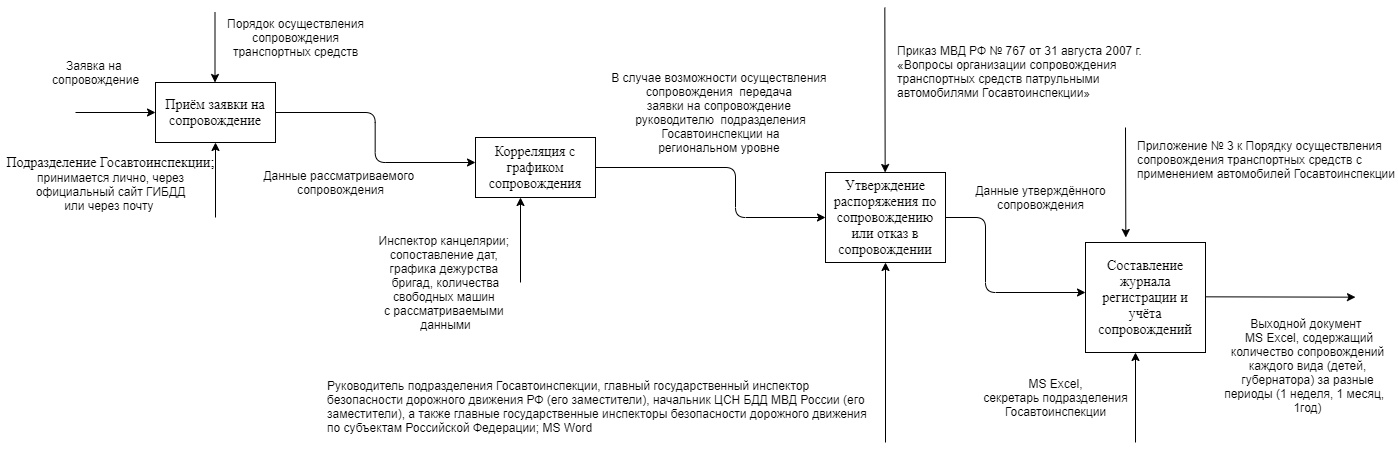
Anton80213/Project-diagrams keeps this draw.io diagram as Декомпозиция.png. Above is the earlier version. Source tidied: cells renumbered, new cells last; positions are measured from the earlier drawing's top-left corner, leaving out a move shared by most shapes. Its diagram source:
```xml
<mxGraphModel>
  <root>
    <mxCell id="0" />
    <mxCell id="1" parent="0" />
    <mxCell id="2" style="endArrow=classic;html=1;" parent="1" edge="1">
      <mxGeometry relative="1" as="geometry">
        <mxPoint x="75" y="105" as="sourcePoint" />
        <mxPoint x="155" y="105" as="targetPoint" />
      </mxGeometry>
    </mxCell>
    <mxCell id="3" value="&lt;font face=&quot;Times New Roman&quot;&gt;&lt;font style=&quot;vertical-align: inherit ; font-size: 14px&quot;&gt;Приём заявки на сопровождение&lt;/font&gt;&lt;/font&gt;" style="rounded=0;whiteSpace=wrap;html=1;" parent="1" vertex="1">
      <mxGeometry x="155" y="75" width="120" height="60" as="geometry" />
    </mxCell>
    <mxCell id="4" value="Заявка на &lt;br&gt;сопровождение&lt;br&gt;" style="text;html=1;align=center;verticalAlign=middle;strokeColor=none;" parent="1" vertex="1">
      <mxGeometry x="45" y="50" width="100" height="30" as="geometry" />
    </mxCell>
    <mxCell id="5" style="endArrow=classic;html=1;" parent="1" edge="1">
      <mxGeometry relative="1" as="geometry">
        <mxPoint x="214.5" y="5" as="sourcePoint" />
        <mxPoint x="214.5" y="75" as="targetPoint" />
      </mxGeometry>
    </mxCell>
    <mxCell id="6" value="&lt;span style=&quot;background-color: rgb(255 , 255 , 255)&quot;&gt;&lt;font&gt;&lt;span style=&quot;font-family: &amp;#34;times new roman&amp;#34; ; font-size: 14px&quot;&gt;Подразделение Госавтоинспекции&lt;/span&gt;&lt;font face=&quot;pt serif, times new roman, serif&quot;&gt;&lt;span style=&quot;font-size: 16px&quot;&gt;;&lt;/span&gt;&lt;/font&gt;&lt;/font&gt;&lt;/span&gt;&lt;br&gt; принимается лично, через&lt;br&gt;официальный сайт ГИБДД&lt;br&gt;или через почту&amp;nbsp;&lt;br&gt;" style="text;html=1;align=center;verticalAlign=middle;strokeColor=none;" parent="1" vertex="1">
      <mxGeometry y="145" width="220" height="60" as="geometry" />
    </mxCell>
    <mxCell id="7" style="endArrow=classic;html=1;entryX=0.5;entryY=1;entryDx=0;entryDy=0;" parent="1" edge="1" target="3">
      <mxGeometry relative="1" as="geometry">
        <mxPoint x="215" y="210" as="sourcePoint" />
      </mxGeometry>
    </mxCell>
    <mxCell id="8" value="&lt;font face=&quot;Times New Roman&quot; style=&quot;vertical-align: inherit ; font-size: 14px&quot;&gt;Составление журнала регистрации и учёта сопровождений&lt;/font&gt;" style="rounded=0;whiteSpace=wrap;html=1;" parent="1" vertex="1">
      <mxGeometry x="1085" y="235" width="120" height="110" as="geometry" />
    </mxCell>
    <mxCell id="9" style="endArrow=classic;html=1;" parent="1" edge="1">
      <mxGeometry relative="1" as="geometry">
        <mxPoint x="1135" y="435" as="sourcePoint" />
        <mxPoint x="1135" y="345" as="targetPoint" />
      </mxGeometry>
    </mxCell>
    <mxCell id="10" value="MS Excel,&lt;br&gt;секретарь подразделения&lt;br&gt;Госавтоинспекции&lt;br&gt;" style="text;html=1;align=center;verticalAlign=middle;strokeColor=none;" parent="1" vertex="1">
      <mxGeometry x="975" y="365" width="160" height="50" as="geometry" />
    </mxCell>
    <mxCell id="11" style="edgeStyle=elbowEdgeStyle;elbow=horizontal;endArrow=classic;html=1;exitX=1;exitY=0.5;exitDx=0;exitDy=0;" parent="1" edge="1" source="20">
      <mxGeometry relative="1" as="geometry">
        <mxPoint x="1085" y="285" as="targetPoint" />
        <Array as="points">
          <mxPoint x="985" y="235" />
        </Array>
      </mxGeometry>
    </mxCell>
    <mxCell id="12" value="Порядок осуществления&lt;br&gt;сопровождения&lt;br&gt;транспортных средств&lt;br&gt;" style="text;html=1;align=center;verticalAlign=middle;strokeColor=none;" parent="1" vertex="1">
      <mxGeometry x="220" y="5" width="150" height="50" as="geometry" />
    </mxCell>
    <mxCell id="13" value="Данные рассматриваемого &lt;br&gt;сопровождения" style="text;html=1;align=center;verticalAlign=middle;strokeColor=none;" parent="1" vertex="1">
      <mxGeometry x="255" y="160" width="170" height="30" as="geometry" />
    </mxCell>
    <mxCell id="14" style="edgeStyle=elbowEdgeStyle;elbow=horizontal;endArrow=classic;html=1;" parent="1" edge="1">
      <mxGeometry relative="1" as="geometry">
        <mxPoint x="275" y="105" as="sourcePoint" />
        <mxPoint x="475" y="155" as="targetPoint" />
      </mxGeometry>
    </mxCell>
    <mxCell id="15" value="&lt;font face=&quot;Times New Roman&quot; style=&quot;vertical-align: inherit ; font-size: 14px&quot;&gt;Корреляция с графиком сопровождения&lt;/font&gt;" style="rounded=0;whiteSpace=wrap;html=1;" parent="1" vertex="1">
      <mxGeometry x="475" y="130" width="120" height="60" as="geometry" />
    </mxCell>
    <mxCell id="16" style="endArrow=classic;html=1;" parent="1" edge="1">
      <mxGeometry relative="1" as="geometry">
        <mxPoint x="520" y="275" as="sourcePoint" />
        <mxPoint x="520" y="190" as="targetPoint" />
      </mxGeometry>
    </mxCell>
    <mxCell id="17" value="Инспектор канцелярии; &lt;br&gt;сопоставление дат, &lt;br&gt;графика дежурства &lt;br&gt;бригад, количества&lt;br&gt;свободных машин &lt;br&gt;с рассматриваемыми &lt;br&gt;данными&lt;br&gt;" style="text;html=1;align=center;verticalAlign=middle;strokeColor=none;" parent="1" vertex="1">
      <mxGeometry x="370" y="225" width="150" height="100" as="geometry" />
    </mxCell>
    <mxCell id="18" style="edgeStyle=elbowEdgeStyle;elbow=horizontal;endArrow=classic;html=1;" parent="1" edge="1">
      <mxGeometry relative="1" as="geometry">
        <mxPoint x="595" y="160" as="sourcePoint" />
        <mxPoint x="825" y="210" as="targetPoint" />
        <Array as="points">
          <mxPoint x="735" y="185" />
        </Array>
      </mxGeometry>
    </mxCell>
    <mxCell id="19" value="В случае возможности осуществления &lt;br&gt;сопровождения&amp;nbsp; передача &lt;br&gt;заявки на сопровождение &lt;br&gt;&amp;nbsp;руководителю&amp;nbsp;&amp;nbsp;подразделения &lt;br&gt;Госавтоинспекции на&lt;br&gt;региональном уровне&amp;nbsp;" style="text;html=1;align=center;verticalAlign=middle;strokeColor=none;" parent="1" vertex="1">
      <mxGeometry x="605" y="60" width="230" height="90" as="geometry" />
    </mxCell>
    <mxCell id="20" value="&lt;font face=&quot;Times New Roman&quot; style=&quot;vertical-align: inherit ; font-size: 14px&quot;&gt;Утверждение распоряжения по сопровождению или отказ в сопровождении&lt;/font&gt;" style="rounded=0;whiteSpace=wrap;html=1;" parent="1" vertex="1">
      <mxGeometry x="825" y="165" width="120" height="90" as="geometry" />
    </mxCell>
    <mxCell id="21" value="Данные утверждённого&lt;br&gt;сопровождения&lt;br&gt;" style="text;html=1;align=center;verticalAlign=middle;strokeColor=none;" parent="1" vertex="1">
      <mxGeometry x="965" y="175" width="150" height="30" as="geometry" />
    </mxCell>
    <mxCell id="22" style="endArrow=classic;html=1;" parent="1" edge="1">
      <mxGeometry relative="1" as="geometry">
        <mxPoint x="884.3" as="sourcePoint" />
        <mxPoint x="884.7" y="165" as="targetPoint" />
      </mxGeometry>
    </mxCell>
    <mxCell id="23" value="Приказ МВД РФ № 767 от 31 августа 2007 г. &lt;br&gt;«Вопросы организации сопровождения &lt;br&gt;транспортных средств патрульными &lt;br&gt;автомобилями Госавтоинспекции»" style="text;whiteSpace=wrap;html=1;" parent="1" vertex="1">
      <mxGeometry x="895" y="30" width="260" height="70" as="geometry" />
    </mxCell>
    <mxCell id="24" style="endArrow=classic;html=1;" parent="1" edge="1">
      <mxGeometry relative="1" as="geometry">
        <mxPoint x="885" y="435" as="sourcePoint" />
        <mxPoint x="885" y="255" as="targetPoint" />
      </mxGeometry>
    </mxCell>
    <mxCell id="25" value="&lt;font style=&quot;text-align: center ; vertical-align: inherit&quot;&gt;Руководитель подразделения&amp;nbsp;&lt;/font&gt;&lt;font style=&quot;text-align: center ; vertical-align: inherit&quot;&gt;Госавтоинспекции,&amp;nbsp;&lt;/font&gt;главный государственный инспектор безопасности дорожного движения РФ (его заместители), начальник ЦСН БДД МВД России (его заместители), а также главные государственные инспекторы безопасности дорожного движения по субъектам Российской Федерации; MS Word" style="text;whiteSpace=wrap;html=1;" parent="1" vertex="1">
      <mxGeometry x="325" y="365" width="550" height="70" as="geometry" />
    </mxCell>
    <mxCell id="26" style="endArrow=classic;html=1;" parent="1" edge="1">
      <mxGeometry relative="1" as="geometry">
        <mxPoint x="1205" y="289.3" as="sourcePoint" />
        <mxPoint x="1355" y="289.7" as="targetPoint" />
      </mxGeometry>
    </mxCell>
    <mxCell id="27" value="&lt;br&gt;" style="text;html=1;align=center;verticalAlign=middle;strokeColor=none;" parent="1" vertex="1">
      <mxGeometry x="1300" y="355" width="20" height="20" as="geometry" />
    </mxCell>
    <mxCell id="28" value="Выходной документ &lt;br&gt;&amp;nbsp;MS Excel, содержащий&lt;br&gt;количество сопровождений&lt;br&gt;&amp;nbsp;каждого вида (детей, &lt;br&gt;губернатора) за разные&lt;br&gt;периоды (1 неделя, 1 месяц,&amp;nbsp;  &lt;br&gt;1год)&lt;br&gt;&amp;nbsp;" style="text;html=1;align=center;verticalAlign=middle;strokeColor=none;" parent="1" vertex="1">
      <mxGeometry x="1217" y="310" width="180" height="110" as="geometry" />
    </mxCell>
    <mxCell id="29" value="Приложение № 3 к Порядку осуществления &#10;                                                      сопровождения транспортных средств с                                         &#10;                                            применением автомобилей Госавтоинспекции" style="text;whiteSpace=wrap;html=1;" parent="1" vertex="1">
      <mxGeometry x="1135" y="125" width="260" height="60" as="geometry" />
    </mxCell>
    <mxCell id="30" style="endArrow=classic;html=1;" parent="1" edge="1">
      <mxGeometry relative="1" as="geometry">
        <mxPoint x="1125" y="120" as="sourcePoint" />
        <mxPoint x="1125.3" y="230" as="targetPoint" />
      </mxGeometry>
    </mxCell>
  </root>
</mxGraphModel>
```
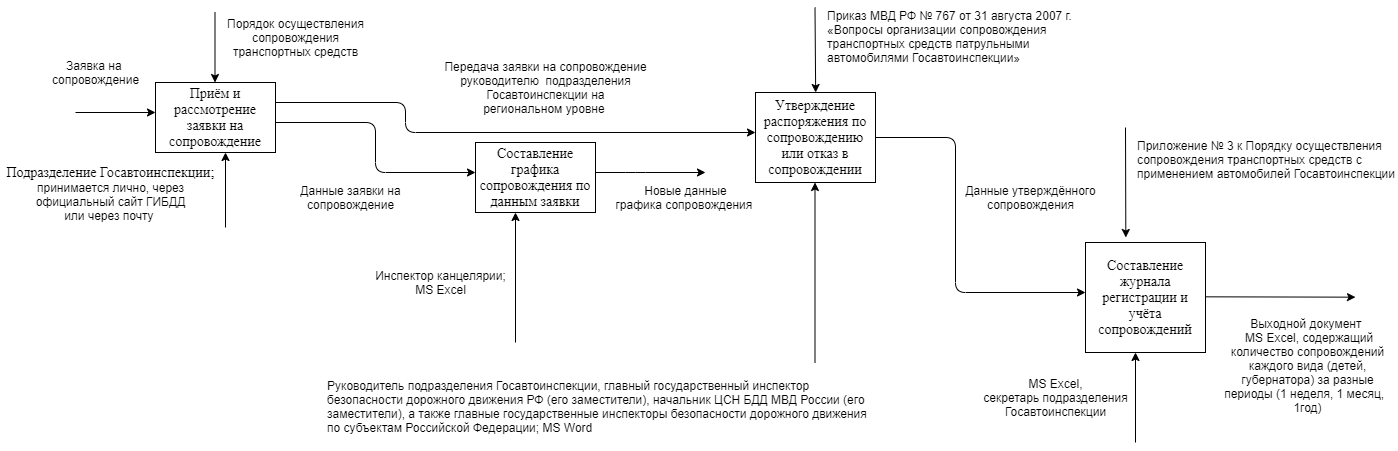
Later version of the same file.

What changed in the source:
```diff
@@ -8,8 +8,8 @@
         <mxPoint x="155" y="105" as="targetPoint" />
       </mxGeometry>
     </mxCell>
-    <mxCell id="3" value="&lt;font face=&quot;Times New Roman&quot;&gt;&lt;font style=&quot;vertical-align: inherit ; font-size: 14px&quot;&gt;Приём заявки на сопровождение&lt;/font&gt;&lt;/font&gt;" style="rounded=0;whiteSpace=wrap;html=1;" parent="1" vertex="1">
-      <mxGeometry x="155" y="75" width="120" height="60" as="geometry" />
+    <mxCell id="3" value="&lt;font face=&quot;Times New Roman&quot;&gt;&lt;font style=&quot;vertical-align: inherit ; font-size: 14px&quot;&gt;Приём и рассмотрение заявки на сопровождение&lt;/font&gt;&lt;/font&gt;" style="rounded=0;whiteSpace=wrap;html=1;" parent="1" vertex="1">
+      <mxGeometry x="155" y="75" width="120" height="70" as="geometry" />
     </mxCell>
     <mxCell id="4" value="Заявка на &lt;br&gt;сопровождение&lt;br&gt;" style="text;html=1;align=center;verticalAlign=middle;strokeColor=none;" parent="1" vertex="1">
       <mxGeometry x="45" y="50" width="100" height="30" as="geometry" />
@@ -21,13 +21,8 @@
       </mxGeometry>
     </mxCell>
     <mxCell id="6" value="&lt;span style=&quot;background-color: rgb(255 , 255 , 255)&quot;&gt;&lt;font&gt;&lt;span style=&quot;font-family: &amp;#34;times new roman&amp;#34; ; font-size: 14px&quot;&gt;Подразделение Госавтоинспекции&lt;/span&gt;&lt;font face=&quot;pt serif, times new roman, serif&quot;&gt;&lt;span style=&quot;font-size: 16px&quot;&gt;;&lt;/span&gt;&lt;/font&gt;&lt;/font&gt;&lt;/span&gt;&lt;br&gt; принимается лично, через&lt;br&gt;официальный сайт ГИБДД&lt;br&gt;или через почту&amp;nbsp;&lt;br&gt;" style="text;html=1;align=center;verticalAlign=middle;strokeColor=none;" parent="1" vertex="1">
-      <mxGeometry y="145" width="220" height="60" as="geometry" />
+      <mxGeometry y="155" width="220" height="60" as="geometry" />
     </mxCell>
-    <mxCell id="7" style="endArrow=classic;html=1;entryX=0.5;entryY=1;entryDx=0;entryDy=0;" parent="1" edge="1" target="3">
-      <mxGeometry relative="1" as="geometry">
-        <mxPoint x="215" y="210" as="sourcePoint" />
-      </mxGeometry>
-    </mxCell>
     <mxCell id="8" value="&lt;font face=&quot;Times New Roman&quot; style=&quot;vertical-align: inherit ; font-size: 14px&quot;&gt;Составление журнала регистрации и учёта сопровождений&lt;/font&gt;" style="rounded=0;whiteSpace=wrap;html=1;" parent="1" vertex="1">
       <mxGeometry x="1085" y="235" width="120" height="110" as="geometry" />
     </mxCell>
@@ -44,6 +39,7 @@
       <mxGeometry relative="1" as="geometry">
         <mxPoint x="1085" y="285" as="targetPoint" />
         <Array as="points">
+          <mxPoint x="955" y="155" />
           <mxPoint x="985" y="235" />
         </Array>
       </mxGeometry>
@@ -51,58 +47,58 @@
     <mxCell id="12" value="Порядок осуществления&lt;br&gt;сопровождения&lt;br&gt;транспортных средств&lt;br&gt;" style="text;html=1;align=center;verticalAlign=middle;strokeColor=none;" parent="1" vertex="1">
       <mxGeometry x="220" y="5" width="150" height="50" as="geometry" />
     </mxCell>
-    <mxCell id="13" value="Данные рассматриваемого &lt;br&gt;сопровождения" style="text;html=1;align=center;verticalAlign=middle;strokeColor=none;" parent="1" vertex="1">
-      <mxGeometry x="255" y="160" width="170" height="30" as="geometry" />
+    <mxCell id="13" value="Данные заявки на&lt;br&gt;сопровождение" style="text;html=1;align=center;verticalAlign=middle;strokeColor=none;" parent="1" vertex="1">
+      <mxGeometry x="290" y="175" width="120" height="30" as="geometry" />
     </mxCell>
     <mxCell id="14" style="edgeStyle=elbowEdgeStyle;elbow=horizontal;endArrow=classic;html=1;" parent="1" edge="1">
       <mxGeometry relative="1" as="geometry">
-        <mxPoint x="275" y="105" as="sourcePoint" />
-        <mxPoint x="475" y="155" as="targetPoint" />
+        <mxPoint x="275" y="115" as="sourcePoint" />
+        <mxPoint x="475" y="165" as="targetPoint" />
       </mxGeometry>
     </mxCell>
-    <mxCell id="15" value="&lt;font face=&quot;Times New Roman&quot; style=&quot;vertical-align: inherit ; font-size: 14px&quot;&gt;Корреляция с графиком сопровождения&lt;/font&gt;" style="rounded=0;whiteSpace=wrap;html=1;" parent="1" vertex="1">
-      <mxGeometry x="475" y="130" width="120" height="60" as="geometry" />
+    <mxCell id="15" value="&lt;font face=&quot;Times New Roman&quot; style=&quot;vertical-align: inherit ; font-size: 14px&quot;&gt;Составление графика сопровождения по данным заявки&lt;/font&gt;" style="rounded=0;whiteSpace=wrap;html=1;" parent="1" vertex="1">
+      <mxGeometry x="475" y="135" width="120" height="70" as="geometry" />
     </mxCell>
     <mxCell id="16" style="endArrow=classic;html=1;" parent="1" edge="1">
       <mxGeometry relative="1" as="geometry">
-        <mxPoint x="520" y="275" as="sourcePoint" />
-        <mxPoint x="520" y="190" as="targetPoint" />
+        <mxPoint x="515" y="335" as="sourcePoint" />
+        <mxPoint x="515" y="205" as="targetPoint" />
       </mxGeometry>
     </mxCell>
-    <mxCell id="17" value="Инспектор канцелярии; &lt;br&gt;сопоставление дат, &lt;br&gt;графика дежурства &lt;br&gt;бригад, количества&lt;br&gt;свободных машин &lt;br&gt;с рассматриваемыми &lt;br&gt;данными&lt;br&gt;" style="text;html=1;align=center;verticalAlign=middle;strokeColor=none;" parent="1" vertex="1">
-      <mxGeometry x="370" y="225" width="150" height="100" as="geometry" />
+    <mxCell id="17" value="Инспектор канцелярии;&lt;br&gt;MS Excel&lt;br&gt;" style="text;html=1;align=center;verticalAlign=middle;strokeColor=none;" parent="1" vertex="1">
+      <mxGeometry x="365" y="260" width="150" height="30" as="geometry" />
     </mxCell>
     <mxCell id="18" style="edgeStyle=elbowEdgeStyle;elbow=horizontal;endArrow=classic;html=1;" parent="1" edge="1">
       <mxGeometry relative="1" as="geometry">
-        <mxPoint x="595" y="160" as="sourcePoint" />
-        <mxPoint x="825" y="210" as="targetPoint" />
+        <mxPoint x="275" y="95" as="sourcePoint" />
+        <mxPoint x="755" y="125" as="targetPoint" />
         <Array as="points">
-          <mxPoint x="735" y="185" />
+          <mxPoint x="405" y="105" />
         </Array>
       </mxGeometry>
     </mxCell>
-    <mxCell id="19" value="В случае возможности осуществления &lt;br&gt;сопровождения&amp;nbsp; передача &lt;br&gt;заявки на сопровождение &lt;br&gt;&amp;nbsp;руководителю&amp;nbsp;&amp;nbsp;подразделения &lt;br&gt;Госавтоинспекции на&lt;br&gt;региональном уровне&amp;nbsp;" style="text;html=1;align=center;verticalAlign=middle;strokeColor=none;" parent="1" vertex="1">
-      <mxGeometry x="605" y="60" width="230" height="90" as="geometry" />
+    <mxCell id="19" value="&amp;nbsp;Передача&amp;nbsp;заявки на сопровождение &lt;br&gt;&amp;nbsp;руководителю&amp;nbsp;&amp;nbsp;подразделения &lt;br&gt;Госавтоинспекции на&lt;br&gt;региональном уровне&amp;nbsp;" style="text;html=1;align=center;verticalAlign=middle;strokeColor=none;" parent="1" vertex="1">
+      <mxGeometry x="435" y="50" width="220" height="60" as="geometry" />
     </mxCell>
     <mxCell id="20" value="&lt;font face=&quot;Times New Roman&quot; style=&quot;vertical-align: inherit ; font-size: 14px&quot;&gt;Утверждение распоряжения по сопровождению или отказ в сопровождении&lt;/font&gt;" style="rounded=0;whiteSpace=wrap;html=1;" parent="1" vertex="1">
-      <mxGeometry x="825" y="165" width="120" height="90" as="geometry" />
+      <mxGeometry x="755" y="85" width="120" height="90" as="geometry" />
     </mxCell>
     <mxCell id="21" value="Данные утверждённого&lt;br&gt;сопровождения&lt;br&gt;" style="text;html=1;align=center;verticalAlign=middle;strokeColor=none;" parent="1" vertex="1">
-      <mxGeometry x="965" y="175" width="150" height="30" as="geometry" />
+      <mxGeometry x="955" y="175" width="150" height="30" as="geometry" />
     </mxCell>
     <mxCell id="22" style="endArrow=classic;html=1;" parent="1" edge="1">
       <mxGeometry relative="1" as="geometry">
-        <mxPoint x="884.3" as="sourcePoint" />
-        <mxPoint x="884.7" y="165" as="targetPoint" />
+        <mxPoint x="814.5" as="sourcePoint" />
+        <mxPoint x="815.2" y="85" as="targetPoint" />
       </mxGeometry>
     </mxCell>
     <mxCell id="23" value="Приказ МВД РФ № 767 от 31 августа 2007 г. &lt;br&gt;«Вопросы организации сопровождения &lt;br&gt;транспортных средств патрульными &lt;br&gt;автомобилями Госавтоинспекции»" style="text;whiteSpace=wrap;html=1;" parent="1" vertex="1">
-      <mxGeometry x="895" y="30" width="260" height="70" as="geometry" />
+      <mxGeometry x="825" y="-5" width="260" height="70" as="geometry" />
     </mxCell>
     <mxCell id="24" style="endArrow=classic;html=1;" parent="1" edge="1">
       <mxGeometry relative="1" as="geometry">
-        <mxPoint x="885" y="435" as="sourcePoint" />
-        <mxPoint x="885" y="255" as="targetPoint" />
+        <mxPoint x="814.5" y="355" as="sourcePoint" />
+        <mxPoint x="814.5" y="175" as="targetPoint" />
       </mxGeometry>
     </mxCell>
     <mxCell id="25" value="&lt;font style=&quot;text-align: center ; vertical-align: inherit&quot;&gt;Руководитель подразделения&amp;nbsp;&lt;/font&gt;&lt;font style=&quot;text-align: center ; vertical-align: inherit&quot;&gt;Госавтоинспекции,&amp;nbsp;&lt;/font&gt;главный государственный инспектор безопасности дорожного движения РФ (его заместители), начальник ЦСН БДД МВД России (его заместители), а также главные государственные инспекторы безопасности дорожного движения по субъектам Российской Федерации; MS Word" style="text;whiteSpace=wrap;html=1;" parent="1" vertex="1">
@@ -129,5 +125,23 @@
         <mxPoint x="1125.3" y="230" as="targetPoint" />
       </mxGeometry>
     </mxCell>
+    <mxCell id="31" style="endArrow=classic;html=1;" parent="1" edge="1">
+      <mxGeometry relative="1" as="geometry">
+        <mxPoint x="225" y="220" as="sourcePoint" />
+        <mxPoint x="225" y="145" as="targetPoint" />
+      </mxGeometry>
+    </mxCell>
+    <mxCell id="32" style="endArrow=classic;html=1;" parent="1" edge="1">
+      <mxGeometry relative="1" as="geometry">
+        <mxPoint x="595" y="165" as="sourcePoint" />
+        <mxPoint x="705" y="165" as="targetPoint" />
+        <Array as="points">
+          <mxPoint x="635" y="165" />
+        </Array>
+      </mxGeometry>
+    </mxCell>
+    <mxCell id="33" value="Новые данные&lt;br&gt;графика сопровождения&amp;nbsp;" style="text;html=1;align=center;verticalAlign=middle;strokeColor=none;" parent="1" vertex="1">
+      <mxGeometry x="605" y="175" width="160" height="30" as="geometry" />
+    </mxCell>
   </root>
 </mxGraphModel>
```
